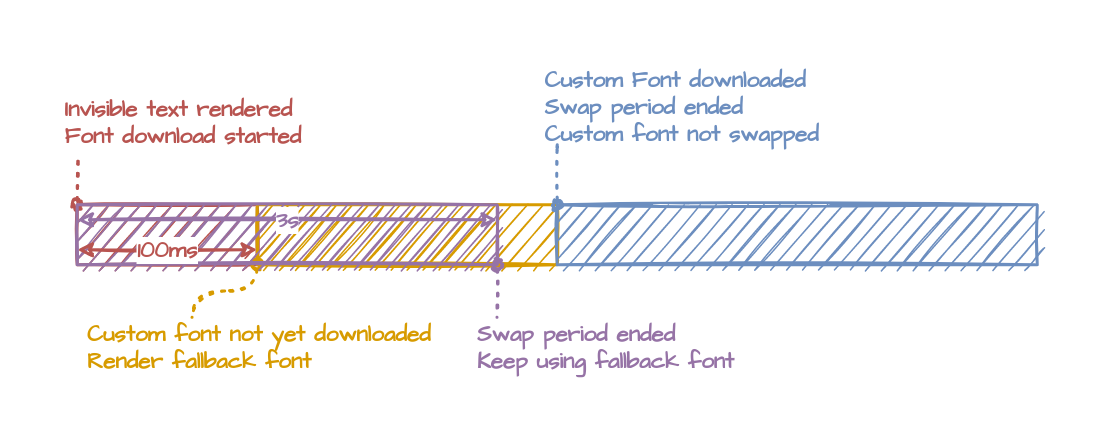
Earlier version of the draw.io export public/img/optimizing-fonts-for-the-web/fallback-2.png (DaChartreux/try.catch.wtf). Source tidied: cells renumbered, new cells last; positions are measured from the earlier drawing's top-left corner, leaving out a move shared by most shapes. The source it was exported from:
```xml
<mxGraphModel>
  <root>
    <mxCell id="0" />
    <mxCell id="1" parent="0" />
    <mxCell id="2" style="rounded=0;whiteSpace=wrap;html=1;shadow=0;glass=0;sketch=1;fillStyle=hachure;strokeColor=#b85450;fillColor=#B85450;strokeWidth=2;fontSize=15;" parent="1" vertex="1">
      <mxGeometry x="10" y="95" width="120" height="40" as="geometry" />
    </mxCell>
    <mxCell id="3" style="rounded=0;whiteSpace=wrap;html=1;shadow=0;glass=0;sketch=1;fillColor=#D79B00;strokeColor=#d79b00;fillStyle=hachure;strokeWidth=2;fontSize=15;" parent="1" vertex="1">
      <mxGeometry x="130" y="95" width="200" height="40" as="geometry" />
    </mxCell>
    <mxCell id="4" style="rounded=0;whiteSpace=wrap;html=1;shadow=0;glass=0;sketch=1;fillColor=#6C8EBF;strokeColor=#6c8ebf;fillStyle=hachure;strokeWidth=2;fontSize=15;" parent="1" vertex="1">
      <mxGeometry x="330" y="95" width="320" height="40" as="geometry" />
    </mxCell>
    <mxCell id="5" style="endArrow=none;dashed=1;html=1;dashPattern=1 3;strokeWidth=2;rounded=0;sketch=1;fontFamily=Roboto Mono;fontSource=https%3A%2F%2Ffonts.googleapis.com%2Fcss%3Ffamily%3DRoboto%2BMono;fontSize=15;fontColor=#D79B00;jumpStyle=none;startArrow=oval;startFill=0;entryX=0.062;entryY=1.004;entryDx=0;entryDy=0;entryPerimeter=0;fillColor=#f8cecc;strokeColor=#b85450;" parent="1" edge="1" target="6">
      <mxGeometry relative="1" as="geometry">
        <mxPoint x="10" y="95" as="sourcePoint" />
      </mxGeometry>
    </mxCell>
    <mxCell id="6" value="Invisible text rendered&lt;br style=&quot;font-size: 15px;&quot;&gt;Font download started" style="text;html=1;align=left;verticalAlign=middle;points=[];fontSize=15;fontFamily=Architects Daughter;sketch=0;shadow=0;fontSource=https%3A%2F%2Ffonts.googleapis.com%2Fcss%3Ffamily%3DArchitects%2BDaughter;fontColor=#B85450;fontStyle=1;strokeWidth=2;" parent="1" vertex="1">
      <mxGeometry y="20" width="170" height="40" as="geometry" />
    </mxCell>
    <mxCell id="7" style="endArrow=none;dashed=1;html=1;dashPattern=1 3;strokeWidth=2;rounded=0;sketch=1;fontFamily=Roboto Mono;fontSource=https%3A%2F%2Ffonts.googleapis.com%2Fcss%3Ffamily%3DRoboto%2BMono;fontSize=15;fontColor=#D79B00;jumpStyle=none;startArrow=oval;startFill=0;exitX=0;exitY=1;exitDx=0;exitDy=0;entryX=0.298;entryY=0.002;entryDx=0;entryDy=0;entryPerimeter=0;fillColor=#ffe6cc;strokeColor=#d79b00;edgeStyle=orthogonalEdgeStyle;curved=1;" parent="1" edge="1" source="3" target="8">
      <mxGeometry relative="1" as="geometry" />
    </mxCell>
    <mxCell id="8" value="Custom font not yet downloaded&lt;br style=&quot;font-size: 15px;&quot;&gt;Render fallback font" style="text;html=1;align=left;verticalAlign=middle;points=[];strokeColor=none;fillColor=none;fontSize=15;fontFamily=Architects Daughter;fontColor=#D79B00;sketch=0;shadow=0;fontSource=https%3A%2F%2Ffonts.googleapis.com%2Fcss%3Ffamily%3DArchitects%2BDaughter;fontStyle=1;strokeWidth=2;" parent="1" vertex="1">
      <mxGeometry x="15" y="170" width="240" height="40" as="geometry" />
    </mxCell>
    <mxCell id="9" style="endArrow=none;dashed=1;html=1;dashPattern=1 3;strokeWidth=2;rounded=0;sketch=1;fontFamily=Roboto Mono;fontSource=https%3A%2F%2Ffonts.googleapis.com%2Fcss%3Ffamily%3DRoboto%2BMono;fontSize=15;fontColor=#6C8EBF;jumpStyle=none;startArrow=oval;startFill=0;exitX=1;exitY=0;exitDx=0;exitDy=0;fillColor=#dae8fc;strokeColor=#6c8ebf;entryX=0.052;entryY=1;entryDx=0;entryDy=0;entryPerimeter=0;" parent="1" edge="1" source="3" target="10">
      <mxGeometry relative="1" as="geometry">
        <Array as="points">
          <mxPoint x="330" y="55" />
        </Array>
      </mxGeometry>
    </mxCell>
    <mxCell id="10" value="Custom Font downloaded&lt;br style=&quot;font-size: 15px;&quot;&gt;Swap period ended&lt;br style=&quot;font-size: 15px;&quot;&gt;Custom font not swapped" style="text;html=1;align=left;verticalAlign=middle;points=[];strokeColor=none;fillColor=none;fontSize=15;fontFamily=Architects Daughter;fontColor=#6C8EBF;sketch=0;shadow=0;fontSource=https%3A%2F%2Ffonts.googleapis.com%2Fcss%3Ffamily%3DArchitects%2BDaughter;fontStyle=1;strokeWidth=2;" parent="1" vertex="1">
      <mxGeometry x="320" width="200" height="60" as="geometry" />
    </mxCell>
    <mxCell id="11" style="rounded=0;whiteSpace=wrap;html=1;shadow=0;glass=0;labelBackgroundColor=none;sketch=1;fillStyle=hachure;fontFamily=Roboto Mono;fontSource=https%3A%2F%2Ffonts.googleapis.com%2Fcss%3Ffamily%3DRoboto%2BMono;fontSize=15;strokeColor=#9673a6;fillColor=#9673A6;align=left;verticalAlign=middle;strokeWidth=2;" parent="1" vertex="1">
      <mxGeometry x="10" y="95" width="280" height="40" as="geometry" />
    </mxCell>
    <mxCell id="12" value="3s" style="endArrow=classic;startArrow=classic;html=1;rounded=0;sketch=1;fontFamily=Architects Daughter;fontSource=https%3A%2F%2Ffonts.googleapis.com%2Fcss%3Ffamily%3DArchitects%2BDaughter;fontSize=15;fontColor=#9673A6;jumpStyle=none;entryX=1;entryY=0.25;entryDx=0;entryDy=0;exitX=0;exitY=0.25;exitDx=0;exitDy=0;fillColor=#e1d5e7;strokeColor=#9673a6;fontStyle=1;strokeWidth=2;" parent="1" edge="1" source="11" target="11">
      <mxGeometry relative="1" as="geometry" />
    </mxCell>
    <mxCell id="13" style="endArrow=none;dashed=1;html=1;dashPattern=1 3;strokeWidth=2;rounded=0;sketch=1;fontFamily=Roboto Mono;fontSource=https%3A%2F%2Ffonts.googleapis.com%2Fcss%3Ffamily%3DRoboto%2BMono;fontSize=15;fontColor=#D79B00;jumpStyle=none;startArrow=oval;startFill=0;exitX=0;exitY=1;exitDx=0;exitDy=0;entryX=0.078;entryY=0.002;entryDx=0;entryDy=0;entryPerimeter=0;fillColor=#e1d5e7;strokeColor=#9673a6;" parent="1" edge="1" target="14">
      <mxGeometry relative="1" as="geometry">
        <mxPoint x="290" y="135" as="sourcePoint" />
      </mxGeometry>
    </mxCell>
    <mxCell id="14" value="Swap period ended&lt;br style=&quot;font-size: 15px;&quot;&gt;Keep using fallback font" style="text;html=1;align=left;verticalAlign=middle;points=[];strokeColor=none;fillColor=none;fontSize=15;fontFamily=Architects Daughter;fontColor=#9673A6;sketch=0;shadow=0;fontSource=https%3A%2F%2Ffonts.googleapis.com%2Fcss%3Ffamily%3DArchitects%2BDaughter;fontStyle=1;strokeWidth=2;" parent="1" vertex="1">
      <mxGeometry x="275" y="170" width="190" height="40" as="geometry" />
    </mxCell>
    <mxCell id="15" value="100ms" style="endArrow=classic;startArrow=classic;html=1;rounded=0;sketch=1;fontFamily=Architects Daughter;fontSource=https%3A%2F%2Ffonts.googleapis.com%2Fcss%3Ffamily%3DArchitects%2BDaughter;fontSize=15;fontColor=#B85450;jumpStyle=none;exitX=0;exitY=0.75;exitDx=0;exitDy=0;entryX=0;entryY=0.75;entryDx=0;entryDy=0;fillColor=#f8cecc;strokeColor=#b85450;fontStyle=1;strokeWidth=2;" parent="1" edge="1" source="2" target="3">
      <mxGeometry relative="1" as="geometry" />
    </mxCell>
  </root>
</mxGraphModel>
```
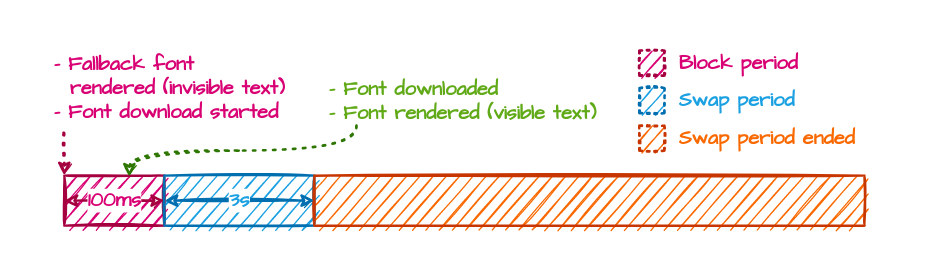
The same file after the commit.

Change to the diagram source:
```diff
@@ -2,55 +2,54 @@
   <root>
     <mxCell id="0" />
     <mxCell id="1" parent="0" />
-    <mxCell id="2" style="rounded=0;whiteSpace=wrap;html=1;shadow=0;glass=0;sketch=1;fillStyle=hachure;strokeColor=#b85450;fillColor=#B85450;strokeWidth=2;fontSize=15;" parent="1" vertex="1">
-      <mxGeometry x="10" y="95" width="120" height="40" as="geometry" />
+    <mxCell id="2" style="rounded=0;whiteSpace=wrap;html=1;shadow=0;glass=0;sketch=1;fillStyle=hachure;strokeColor=#A50040;fillColor=#d80073;strokeWidth=2;fontSize=15;fontColor=#ffffff;" parent="1" vertex="1">
+      <mxGeometry x="10" y="295" width="80" height="40" as="geometry" />
     </mxCell>
-    <mxCell id="3" style="rounded=0;whiteSpace=wrap;html=1;shadow=0;glass=0;sketch=1;fillColor=#D79B00;strokeColor=#d79b00;fillStyle=hachure;strokeWidth=2;fontSize=15;" parent="1" vertex="1">
-      <mxGeometry x="130" y="95" width="200" height="40" as="geometry" />
+    <mxCell id="3" style="rounded=0;whiteSpace=wrap;html=1;shadow=0;glass=0;sketch=1;fillColor=#1ba1e2;strokeColor=#006EAF;fillStyle=hachure;strokeWidth=2;fontSize=15;fontColor=#ffffff;" parent="1" vertex="1">
+      <mxGeometry x="90" y="295" width="120" height="40" as="geometry" />
     </mxCell>
-    <mxCell id="4" style="rounded=0;whiteSpace=wrap;html=1;shadow=0;glass=0;sketch=1;fillColor=#6C8EBF;strokeColor=#6c8ebf;fillStyle=hachure;strokeWidth=2;fontSize=15;" parent="1" vertex="1">
-      <mxGeometry x="330" y="95" width="320" height="40" as="geometry" />
+    <mxCell id="4" style="rounded=0;whiteSpace=wrap;html=1;shadow=0;glass=0;sketch=1;fillColor=#fa6800;strokeColor=#C73500;fillStyle=hachure;strokeWidth=2;fontSize=15;fontColor=#000000;" parent="1" vertex="1">
+      <mxGeometry x="210" y="295" width="440" height="40" as="geometry" />
     </mxCell>
-    <mxCell id="5" style="endArrow=none;dashed=1;html=1;dashPattern=1 3;strokeWidth=2;rounded=0;sketch=1;fontFamily=Roboto Mono;fontSource=https%3A%2F%2Ffonts.googleapis.com%2Fcss%3Ffamily%3DRoboto%2BMono;fontSize=15;fontColor=#D79B00;jumpStyle=none;startArrow=oval;startFill=0;entryX=0.062;entryY=1.004;entryDx=0;entryDy=0;entryPerimeter=0;fillColor=#f8cecc;strokeColor=#b85450;" parent="1" edge="1" target="6">
+    <mxCell id="5" style="endArrow=none;dashed=1;html=1;dashPattern=1 3;strokeWidth=2;rounded=0;sketch=1;fontFamily=Roboto Mono;fontSource=https%3A%2F%2Ffonts.googleapis.com%2Fcss%3Ffamily%3DRoboto%2BMono;fontSize=15;fontColor=#D79B00;jumpStyle=none;startArrow=classic;startFill=1;entryX=0.049;entryY=1.005;entryDx=0;entryDy=0;entryPerimeter=0;fillColor=#d80073;strokeColor=#A50040;" parent="1" edge="1" target="6">
       <mxGeometry relative="1" as="geometry">
-        <mxPoint x="10" y="95" as="sourcePoint" />
+        <mxPoint x="10" y="295" as="sourcePoint" />
       </mxGeometry>
     </mxCell>
-    <mxCell id="6" value="Invisible text rendered&lt;br style=&quot;font-size: 15px;&quot;&gt;Font download started" style="text;html=1;align=left;verticalAlign=middle;points=[];fontSize=15;fontFamily=Architects Daughter;sketch=0;shadow=0;fontSource=https%3A%2F%2Ffonts.googleapis.com%2Fcss%3Ffamily%3DArchitects%2BDaughter;fontColor=#B85450;fontStyle=1;strokeWidth=2;" parent="1" vertex="1">
-      <mxGeometry y="20" width="170" height="40" as="geometry" />
+    <mxCell id="6" value="- Fallback font&lt;br&gt;&amp;nbsp; rendered (invisible text)&lt;br&gt;- Font download started" style="text;html=1;align=left;verticalAlign=middle;points=[];fontSize=16;fontFamily=Architects Daughter;sketch=0;shadow=0;fontSource=https%3A%2F%2Ffonts.googleapis.com%2Fcss%3Ffamily%3DArchitects%2BDaughter;fontColor=#D80073;fontStyle=1;strokeWidth=2;" parent="1" vertex="1">
+      <mxGeometry y="195" width="200" height="60" as="geometry" />
     </mxCell>
-    <mxCell id="7" style="endArrow=none;dashed=1;html=1;dashPattern=1 3;strokeWidth=2;rounded=0;sketch=1;fontFamily=Roboto Mono;fontSource=https%3A%2F%2Ffonts.googleapis.com%2Fcss%3Ffamily%3DRoboto%2BMono;fontSize=15;fontColor=#D79B00;jumpStyle=none;startArrow=oval;startFill=0;exitX=0;exitY=1;exitDx=0;exitDy=0;entryX=0.298;entryY=0.002;entryDx=0;entryDy=0;entryPerimeter=0;fillColor=#ffe6cc;strokeColor=#d79b00;edgeStyle=orthogonalEdgeStyle;curved=1;" parent="1" edge="1" source="3" target="8">
+    <mxCell id="7" style="endArrow=none;dashed=1;html=1;dashPattern=1 3;strokeWidth=2;rounded=0;sketch=1;fontFamily=Roboto Mono;fontSource=https%3A%2F%2Ffonts.googleapis.com%2Fcss%3Ffamily%3DRoboto%2BMono;fontSize=15;fontColor=#6C8EBF;jumpStyle=none;startArrow=classic;startFill=1;exitX=0.65;exitY=0.025;exitDx=0;exitDy=0;entryX=0.103;entryY=0.996;entryDx=0;entryDy=0;entryPerimeter=0;fillColor=#60a917;strokeColor=#2D7600;edgeStyle=orthogonalEdgeStyle;curved=1;exitPerimeter=0;" parent="1" edge="1" source="2" target="8">
       <mxGeometry relative="1" as="geometry" />
     </mxCell>
-    <mxCell id="8" value="Custom font not yet downloaded&lt;br style=&quot;font-size: 15px;&quot;&gt;Render fallback font" style="text;html=1;align=left;verticalAlign=middle;points=[];strokeColor=none;fillColor=none;fontSize=15;fontFamily=Architects Daughter;fontColor=#D79B00;sketch=0;shadow=0;fontSource=https%3A%2F%2Ffonts.googleapis.com%2Fcss%3Ffamily%3DArchitects%2BDaughter;fontStyle=1;strokeWidth=2;" parent="1" vertex="1">
-      <mxGeometry x="15" y="170" width="240" height="40" as="geometry" />
+    <mxCell id="8" value="- Font downloaded&lt;br style=&quot;font-size: 16px&quot;&gt;- Font rendered (visible text)" style="text;html=1;align=left;verticalAlign=middle;points=[];strokeColor=none;fillColor=none;fontSize=16;fontFamily=Architects Daughter;fontColor=#60A917;sketch=0;shadow=0;fontSource=https%3A%2F%2Ffonts.googleapis.com%2Fcss%3Ffamily%3DArchitects%2BDaughter;fontStyle=1;strokeWidth=2;" parent="1" vertex="1">
+      <mxGeometry x="220" y="215" width="230" height="40" as="geometry" />
     </mxCell>
-    <mxCell id="9" style="endArrow=none;dashed=1;html=1;dashPattern=1 3;strokeWidth=2;rounded=0;sketch=1;fontFamily=Roboto Mono;fontSource=https%3A%2F%2Ffonts.googleapis.com%2Fcss%3Ffamily%3DRoboto%2BMono;fontSize=15;fontColor=#6C8EBF;jumpStyle=none;startArrow=oval;startFill=0;exitX=1;exitY=0;exitDx=0;exitDy=0;fillColor=#dae8fc;strokeColor=#6c8ebf;entryX=0.052;entryY=1;entryDx=0;entryDy=0;entryPerimeter=0;" parent="1" edge="1" source="3" target="10">
-      <mxGeometry relative="1" as="geometry">
-        <Array as="points">
-          <mxPoint x="330" y="55" />
-        </Array>
-      </mxGeometry>
+    <mxCell id="9" value="100ms" style="endArrow=classic;startArrow=classic;html=1;rounded=0;sketch=1;fontFamily=Architects Daughter;fontSource=https%3A%2F%2Ffonts.googleapis.com%2Fcss%3Ffamily%3DArchitects%2BDaughter;fontSize=16;fontColor=#D80073;jumpStyle=none;exitX=0;exitY=0.5;exitDx=0;exitDy=0;fillColor=#d80073;strokeColor=#A50040;fontStyle=1;strokeWidth=2;entryX=0;entryY=0.5;entryDx=0;entryDy=0;" parent="1" edge="1" source="2" target="3">
+      <mxGeometry relative="1" as="geometry" />
     </mxCell>
-    <mxCell id="10" value="Custom Font downloaded&lt;br style=&quot;font-size: 15px;&quot;&gt;Swap period ended&lt;br style=&quot;font-size: 15px;&quot;&gt;Custom font not swapped" style="text;html=1;align=left;verticalAlign=middle;points=[];strokeColor=none;fillColor=none;fontSize=15;fontFamily=Architects Daughter;fontColor=#6C8EBF;sketch=0;shadow=0;fontSource=https%3A%2F%2Ffonts.googleapis.com%2Fcss%3Ffamily%3DArchitects%2BDaughter;fontStyle=1;strokeWidth=2;" parent="1" vertex="1">
-      <mxGeometry x="320" width="200" height="60" as="geometry" />
+    <mxCell id="10" value="3s" style="endArrow=classic;startArrow=classic;html=1;rounded=0;sketch=1;fontFamily=Architects Daughter;fontSource=https%3A%2F%2Ffonts.googleapis.com%2Fcss%3Ffamily%3DArchitects%2BDaughter;fontSize=16;fontColor=#1BA1E2;jumpStyle=none;fillColor=#1ba1e2;strokeColor=#006EAF;fontStyle=1;strokeWidth=2;entryX=0;entryY=0.5;entryDx=0;entryDy=0;" parent="1" edge="1" target="4">
+      <mxGeometry relative="1" as="geometry">
+        <mxPoint x="90" y="315" as="sourcePoint" />
+      </mxGeometry>
     </mxCell>
-    <mxCell id="11" style="rounded=0;whiteSpace=wrap;html=1;shadow=0;glass=0;labelBackgroundColor=none;sketch=1;fillStyle=hachure;fontFamily=Roboto Mono;fontSource=https%3A%2F%2Ffonts.googleapis.com%2Fcss%3Ffamily%3DRoboto%2BMono;fontSize=15;strokeColor=#9673a6;fillColor=#9673A6;align=left;verticalAlign=middle;strokeWidth=2;" parent="1" vertex="1">
-      <mxGeometry x="10" y="95" width="280" height="40" as="geometry" />
+    <mxCell id="11" style="rounded=0;whiteSpace=wrap;html=1;shadow=0;glass=0;sketch=1;fillColor=#fa6800;strokeColor=#C73500;fillStyle=hachure;strokeWidth=2;fontSize=15;fontColor=#000000;dashed=1;dashPattern=1 2;" parent="1" vertex="1">
+      <mxGeometry x="470" y="255" width="20" height="20" as="geometry" />
     </mxCell>
-    <mxCell id="12" value="3s" style="endArrow=classic;startArrow=classic;html=1;rounded=0;sketch=1;fontFamily=Architects Daughter;fontSource=https%3A%2F%2Ffonts.googleapis.com%2Fcss%3Ffamily%3DArchitects%2BDaughter;fontSize=15;fontColor=#9673A6;jumpStyle=none;entryX=1;entryY=0.25;entryDx=0;entryDy=0;exitX=0;exitY=0.25;exitDx=0;exitDy=0;fillColor=#e1d5e7;strokeColor=#9673a6;fontStyle=1;strokeWidth=2;" parent="1" edge="1" source="11" target="11">
-      <mxGeometry relative="1" as="geometry" />
+    <mxCell id="12" value="Swap period ended" style="text;html=1;align=left;verticalAlign=middle;strokeColor=none;fillColor=none;fontSize=16;fontFamily=Architects Daughter;fontColor=#FA6800;sketch=0;shadow=0;fontSource=https%3A%2F%2Ffonts.googleapis.com%2Fcss%3Ffamily%3DArchitects%2BDaughter;fontStyle=1;strokeWidth=2;" parent="1" vertex="1">
+      <mxGeometry x="500" y="255" width="160" height="20" as="geometry" />
     </mxCell>
-    <mxCell id="13" style="endArrow=none;dashed=1;html=1;dashPattern=1 3;strokeWidth=2;rounded=0;sketch=1;fontFamily=Roboto Mono;fontSource=https%3A%2F%2Ffonts.googleapis.com%2Fcss%3Ffamily%3DRoboto%2BMono;fontSize=15;fontColor=#D79B00;jumpStyle=none;startArrow=oval;startFill=0;exitX=0;exitY=1;exitDx=0;exitDy=0;entryX=0.078;entryY=0.002;entryDx=0;entryDy=0;entryPerimeter=0;fillColor=#e1d5e7;strokeColor=#9673a6;" parent="1" edge="1" target="14">
-      <mxGeometry relative="1" as="geometry">
-        <mxPoint x="290" y="135" as="sourcePoint" />
-      </mxGeometry>
+    <mxCell id="13" style="rounded=0;whiteSpace=wrap;html=1;sketch=1;fontColor=#ffffff;fillColor=#d80073;strokeColor=#A50040;strokeWidth=2;perimeterSpacing=0;dashed=1;dashPattern=1 2;glass=0;arcSize=0;shadow=0;fontSize=16;" parent="1" vertex="1">
+      <mxGeometry x="470" y="195" width="20" height="20" as="geometry" />
     </mxCell>
-    <mxCell id="14" value="Swap period ended&lt;br style=&quot;font-size: 15px;&quot;&gt;Keep using fallback font" style="text;html=1;align=left;verticalAlign=middle;points=[];strokeColor=none;fillColor=none;fontSize=15;fontFamily=Architects Daughter;fontColor=#9673A6;sketch=0;shadow=0;fontSource=https%3A%2F%2Ffonts.googleapis.com%2Fcss%3Ffamily%3DArchitects%2BDaughter;fontStyle=1;strokeWidth=2;" parent="1" vertex="1">
-      <mxGeometry x="275" y="170" width="190" height="40" as="geometry" />
+    <mxCell id="14" style="rounded=0;whiteSpace=wrap;html=1;sketch=1;fontColor=#ffffff;fillColor=#1ba1e2;strokeColor=#006EAF;strokeWidth=2;perimeterSpacing=0;dashed=1;dashPattern=1 2;glass=0;arcSize=0;shadow=0;fontSize=16;" parent="1" vertex="1">
+      <mxGeometry x="470" y="225" width="20" height="20" as="geometry" />
     </mxCell>
-    <mxCell id="15" value="100ms" style="endArrow=classic;startArrow=classic;html=1;rounded=0;sketch=1;fontFamily=Architects Daughter;fontSource=https%3A%2F%2Ffonts.googleapis.com%2Fcss%3Ffamily%3DArchitects%2BDaughter;fontSize=15;fontColor=#B85450;jumpStyle=none;exitX=0;exitY=0.75;exitDx=0;exitDy=0;entryX=0;entryY=0.75;entryDx=0;entryDy=0;fillColor=#f8cecc;strokeColor=#b85450;fontStyle=1;strokeWidth=2;" parent="1" edge="1" source="2" target="3">
-      <mxGeometry relative="1" as="geometry" />
+    <mxCell id="15" value="Swap period" style="text;html=1;align=left;verticalAlign=middle;strokeColor=none;fillColor=none;fontSize=16;fontFamily=Architects Daughter;fontColor=#1BA1E2;sketch=0;shadow=0;fontSource=https%3A%2F%2Ffonts.googleapis.com%2Fcss%3Ffamily%3DArchitects%2BDaughter;fontStyle=1;strokeWidth=2;" parent="1" vertex="1">
+      <mxGeometry x="500" y="225" width="110" height="20" as="geometry" />
     </mxCell>
+    <mxCell id="16" value="Block period" style="text;html=1;align=left;verticalAlign=middle;strokeColor=none;fillColor=none;fontSize=16;fontFamily=Architects Daughter;fontColor=#D80073;sketch=0;shadow=0;fontSource=https%3A%2F%2Ffonts.googleapis.com%2Fcss%3Ffamily%3DArchitects%2BDaughter;fontStyle=1;strokeWidth=2;" parent="1" vertex="1">
+      <mxGeometry x="500" y="195" width="110" height="20" as="geometry" />
+    </mxCell>
   </root>
 </mxGraphModel>
```
